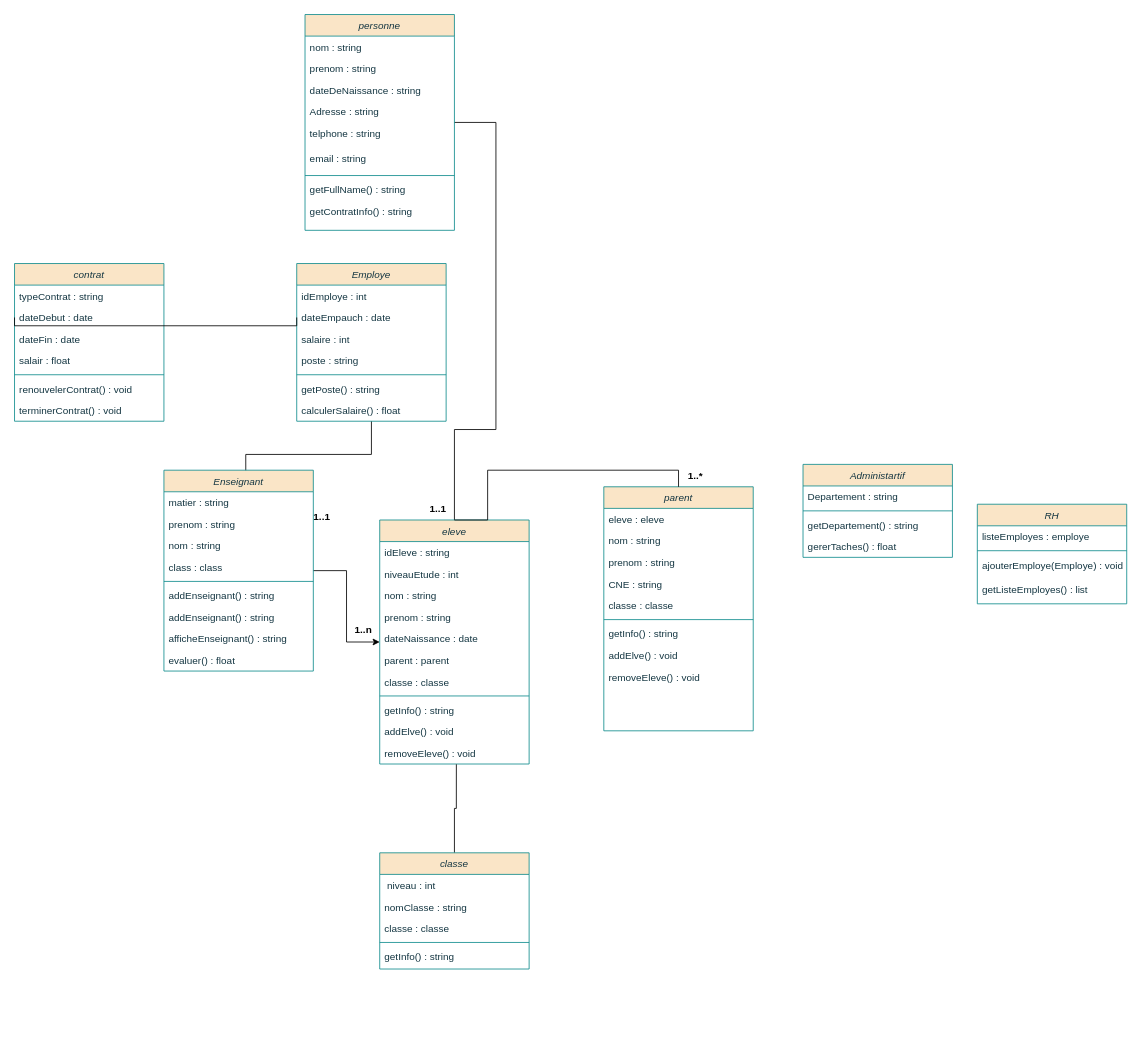
Earlier version of the draw.io diagram Untitled Diagram.drawio (ismail-en-niou/big-data). Source tidied: cells renumbered, new cells numbered last; positions are measured from the earlier drawing's top-left corner, leaving out a move shared by most shapes. Both pictures are drawn from the tidied source at 83%, with x=0, y=0 at pixel (14, 14).
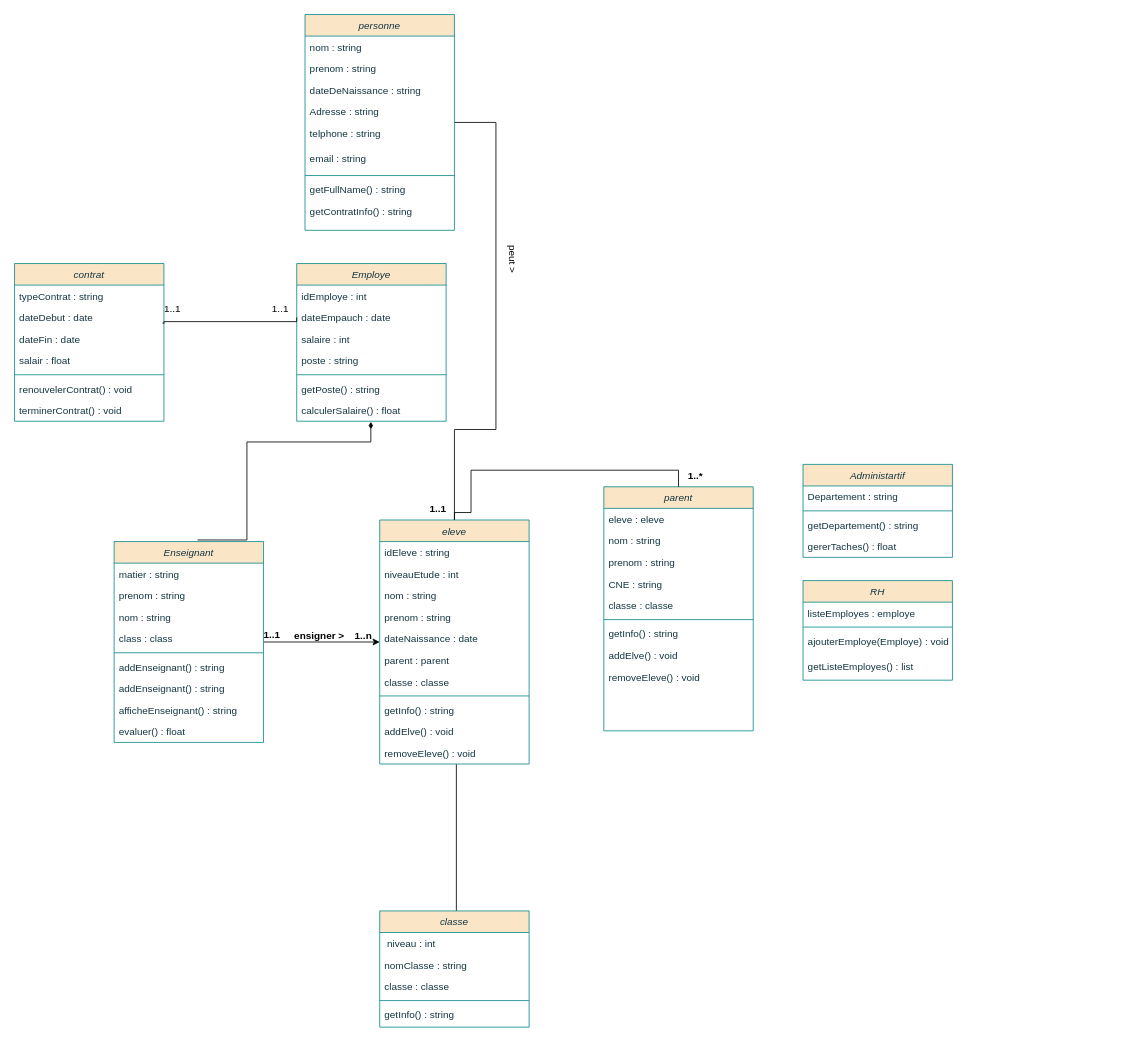
The same diagram, later.

The change refers to these unchanged cells:
```xml
<mxCell id="14" value="Employe" style="swimlane;fontStyle=2;align=center;verticalAlign=top;horizontal=1;startSize=26;rounded=0;shadow=0;strokeWidth=1;labelBackgroundColor=none;fillColor=#FAE5C7;strokeColor=#0F8B8D;fontColor=#143642;" parent="1" vertex="1">
  <mxGeometry x="340" y="300" width="180" height="190" as="geometry" />
</mxCell>
<mxCell id="16" value="dateEmpauch : date" style="text;align=left;verticalAlign=top;spacingLeft=4;spacingRight=4;overflow=hidden;points=[[0,0.5],[1,0.5]];portConstraint=eastwest;rounded=0;shadow=0;html=0;labelBackgroundColor=none;fontColor=#143642;" parent="14" vertex="1">
  <mxGeometry y="52" width="180" height="26" as="geometry" />
</mxCell>
<mxCell id="21" value="calculerSalaire() : float" style="text;align=left;verticalAlign=top;spacingLeft=4;spacingRight=4;overflow=hidden;points=[[0,0.5],[1,0.5]];portConstraint=eastwest;labelBackgroundColor=none;fontColor=#143642;" parent="14" vertex="1">
  <mxGeometry y="164" width="180" height="26" as="geometry" />
</mxCell>
<mxCell id="38" value="eleve" style="swimlane;fontStyle=2;align=center;verticalAlign=top;horizontal=1;startSize=26;rounded=0;shadow=0;strokeWidth=1;labelBackgroundColor=none;fillColor=#FAE5C7;strokeColor=#0F8B8D;fontColor=#143642;" parent="1" vertex="1">
  <mxGeometry x="440" y="609" width="180" height="294" as="geometry" />
</mxCell>
<mxCell id="49" value="removeEleve() : void" style="text;align=left;verticalAlign=top;spacingLeft=4;spacingRight=4;overflow=hidden;points=[[0,0.5],[1,0.5]];portConstraint=eastwest;labelBackgroundColor=none;fontColor=#143642;" parent="38" vertex="1">
  <mxGeometry y="268" width="180" height="26" as="geometry" />
</mxCell>
<mxCell id="57" value="parent" style="swimlane;fontStyle=2;align=center;verticalAlign=top;horizontal=1;startSize=26;rounded=0;shadow=0;strokeWidth=1;labelBackgroundColor=none;fillColor=#FAE5C7;strokeColor=#0F8B8D;fontColor=#143642;" parent="1" vertex="1">
  <mxGeometry x="710" y="569" width="180" height="294" as="geometry" />
</mxCell>
<mxCell id="74" value="dateDebut : date" style="text;align=left;verticalAlign=top;spacingLeft=4;spacingRight=4;overflow=hidden;points=[[0,0.5],[1,0.5]];portConstraint=eastwest;rounded=0;shadow=0;html=0;labelBackgroundColor=none;fontColor=#143642;" parent="72" vertex="1">
  <mxGeometry y="52" width="180" height="26" as="geometry" />
</mxCell>
```

Change to the diagram source:
```diff
@@
-    <mxCell id="13" style="edgeStyle=orthogonalEdgeStyle;rounded=0;jettySize=auto;html=1;entryX=0.548;entryY=0.025;entryDx=0;entryDy=0;entryPerimeter=0;endArrow=none;endFill=0;" parent="1" edge="1" source="14" target="23">
+    <mxCell id="13" style="edgeStyle=orthogonalEdgeStyle;rounded=0;jettySize=auto;html=1;endArrow=none;endFill=0;entryX=0.558;entryY=-0.008;entryDx=0;entryDy=0;entryPerimeter=0;exitX=0.496;exitY=1.029;exitDx=0;exitDy=0;exitPerimeter=0;startArrow=diamondThin;startFill=1;" parent="1" edge="1" source="21" target="23">
       <mxGeometry relative="1" as="geometry">
         <Array as="points">
-          <mxPoint x="430" y="530" />
-          <mxPoint x="279" y="530" />
+          <mxPoint x="429" y="515" />
+          <mxPoint x="280" y="515" />
+          <mxPoint x="280" y="532" />
+          <mxPoint x="280" y="532" />
         </Array>
       </mxGeometry>
     </mxCell>
@@
     <mxCell id="23" value="Enseignant" style="swimlane;fontStyle=2;align=center;verticalAlign=top;horizontal=1;startSize=26;rounded=0;shadow=0;strokeWidth=1;labelBackgroundColor=none;fillColor=#FAE5C7;strokeColor=#0F8B8D;fontColor=#143642;" parent="1" vertex="1">
-      <mxGeometry x="180" y="549" width="180" height="242" as="geometry" />
+      <mxGeometry x="120" y="635" width="180" height="242" as="geometry" />
     </mxCell>
@@
     <mxCell id="50" style="edgeStyle=orthogonalEdgeStyle;rounded=0;jettySize=auto;html=1;entryX=0.513;entryY=1.013;entryDx=0;entryDy=0;entryPerimeter=0;endArrow=none;endFill=0;" parent="1" edge="1" source="51" target="49">
-      <mxGeometry relative="1" as="geometry" />
+      <mxGeometry relative="1" as="geometry">
+        <Array as="points">
+          <mxPoint x="530" y="1080" />
+          <mxPoint x="530" y="1080" />
+        </Array>
+      </mxGeometry>
     </mxCell>
     <mxCell id="51" value="classe" style="swimlane;fontStyle=2;align=center;verticalAlign=top;horizontal=1;startSize=26;rounded=0;shadow=0;strokeWidth=1;labelBackgroundColor=none;fillColor=#FAE5C7;strokeColor=#0F8B8D;fontColor=#143642;" parent="1" vertex="1">
-      <mxGeometry x="440" y="1010" width="180" height="140" as="geometry" />
+      <mxGeometry x="440" y="1080" width="180" height="140" as="geometry" />
     </mxCell>
@@
     <mxCell id="67" value="RH" style="swimlane;fontStyle=2;align=center;verticalAlign=top;horizontal=1;startSize=26;rounded=0;shadow=0;strokeWidth=1;labelBackgroundColor=none;fillColor=#FAE5C7;strokeColor=#0F8B8D;fontColor=#143642;" parent="1" vertex="1">
-      <mxGeometry x="1160" y="590" width="180" height="120" as="geometry" />
+      <mxGeometry x="950" y="682" width="180" height="120" as="geometry" />
     </mxCell>
@@
     <mxCell id="80" style="edgeStyle=orthogonalEdgeStyle;rounded=0;jettySize=auto;html=1;entryX=0.5;entryY=0;entryDx=0;entryDy=0;exitX=0.5;exitY=0;exitDx=0;exitDy=0;endArrow=none;endFill=0;" parent="1" edge="1" source="38" target="57">
       <mxGeometry relative="1" as="geometry">
         <Array as="points">
-          <mxPoint x="570" y="609" />
-          <mxPoint x="570" y="549" />
+          <mxPoint x="530" y="600" />
+          <mxPoint x="550" y="600" />
+          <mxPoint x="550" y="549" />
           <mxPoint x="800" y="549" />
         </Array>
       </mxGeometry>
     </mxCell>
@@
-    <mxCell id="83" style="edgeStyle=orthogonalEdgeStyle;rounded=0;jettySize=auto;html=1;entryX=0;entryY=0.5;entryDx=0;entryDy=0;endArrow=none;endFill=0;exitX=0;exitY=0.5;exitDx=0;exitDy=0;" parent="1" edge="1" source="16" target="74">
+    <mxCell id="83" style="edgeStyle=orthogonalEdgeStyle;rounded=0;jettySize=auto;html=1;entryX=0.99;entryY=0.769;entryDx=0;entryDy=0;endArrow=none;endFill=0;exitX=0;exitY=0.5;exitDx=0;exitDy=0;entryPerimeter=0;" parent="1" edge="1" source="16" target="74">
       <mxGeometry relative="1" as="geometry">
         <Array as="points">
-          <mxPoint x="340" y="375" />
-          <mxPoint y="375" />
+          <mxPoint x="340" y="370" />
+          <mxPoint x="180" y="370" />
+          <mxPoint x="180" y="372" />
         </Array>
       </mxGeometry>
     </mxCell>
     <mxCell id="84" value="1..1" style="text;align=center;fontStyle=1;verticalAlign=middle;spacingLeft=3;spacingRight=3;strokeColor=none;html=1;" parent="1" vertex="1">
-      <mxGeometry x="330" y="593" width="80" height="26" as="geometry" />
+      <mxGeometry x="270" y="735" width="80" height="26" as="geometry" />
     </mxCell>
     <mxCell id="85" value="1..n" style="text;align=center;fontStyle=1;verticalAlign=middle;spacingLeft=3;spacingRight=3;strokeColor=none;html=1;" parent="1" vertex="1">
-      <mxGeometry x="380" y="729" width="80" height="26" as="geometry" />
+      <mxGeometry x="380" y="736" width="80" height="26" as="geometry" />
     </mxCell>
+    <mxCell id="86" value="peut &amp;gt;" style="text;html=1;align=center;verticalAlign=middle;whiteSpace=wrap;rounded=0;rotation=90;" parent="1" vertex="1">
+      <mxGeometry x="570" y="280" width="60" height="30" as="geometry" />
+    </mxCell>
+    <mxCell id="87" value="1..1" style="text;html=1;align=center;verticalAlign=middle;strokeColor=none;fillColor=none;" parent="1" vertex="1">
+      <mxGeometry x="170" y="340" width="40" height="30" as="geometry" />
+    </mxCell>
+    <mxCell id="88" value="1..1" style="text;html=1;align=center;verticalAlign=middle;strokeColor=none;fillColor=none;" parent="1" vertex="1">
+      <mxGeometry x="300" y="340" width="40" height="30" as="geometry" />
+    </mxCell>
+    <mxCell id="89" value="ensigner &amp;gt;" style="text;align=center;fontStyle=1;verticalAlign=middle;spacingLeft=3;spacingRight=3;strokeColor=none;html=1;" parent="1" vertex="1">
+      <mxGeometry x="327" y="736" width="80" height="26" as="geometry" />
+    </mxCell>
```
